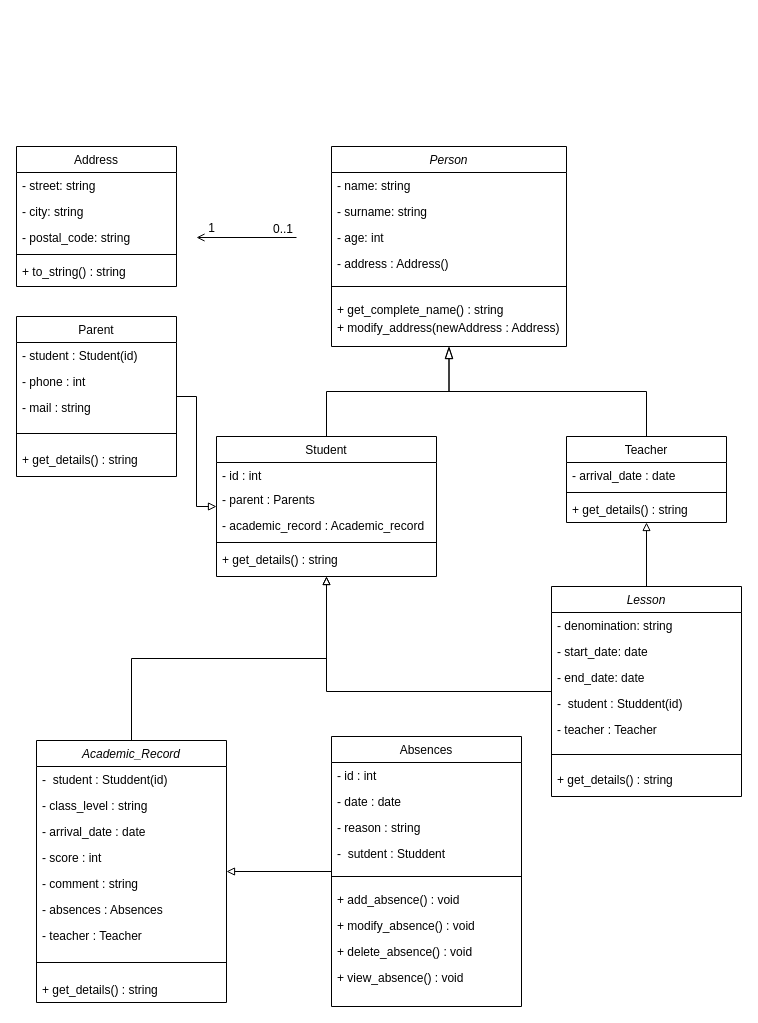
This is doc/diagrammeClasse.drawio from MelissaHOA/EXO_Gestion_Ecole, a draw.io file, before an edit. Source tidied: cells renumbered, new cells numbered last; positions are measured from the earlier drawing's top-left corner, leaving out a move shared by most shapes. Both pictures are drawn from the tidied source at 100%, with x=0, y=0 at pixel (16, 146).
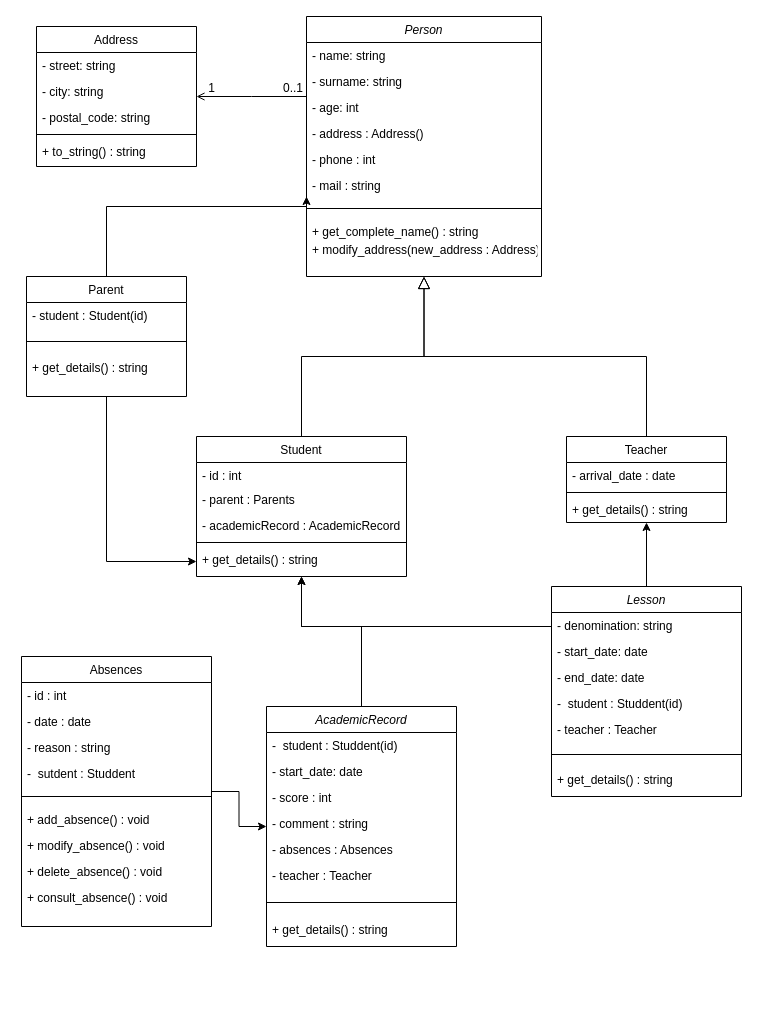
The same page after the edit.

Commit message:
Mettre à jour diagrammeClasse (Tony).drawio

Unchanged cells that the change refers to:
```xml
<mxCell id="17" value="Teacher" style="swimlane;fontStyle=0;align=center;verticalAlign=top;horizontal=1;startSize=26;rounded=0;shadow=0;strokeWidth=1;" parent="1" vertex="1">
  <mxGeometry x="550" y="290" width="160" height="86" as="geometry" />
</mxCell>
<mxCell id="33" value="Lesson" style="swimlane;fontStyle=2;align=center;verticalAlign=top;horizontal=1;startSize=26;rounded=0;shadow=0;strokeWidth=1;" parent="1" vertex="1">
  <mxGeometry x="535" y="440" width="190" height="210" as="geometry" />
</mxCell>
```

Diff of the diagram source:
```diff
@@
     <mxCell id="2" value="Person" style="swimlane;fontStyle=2;align=center;verticalAlign=top;horizontal=1;startSize=26;rounded=0;shadow=0;strokeWidth=1;" parent="1" vertex="1">
-      <mxGeometry x="315" width="235" height="200" as="geometry" />
+      <mxGeometry x="290" y="-130" width="235" height="260" as="geometry" />
     </mxCell>
@@
+    <mxCell id="55" value="- phone : int" style="text;align=left;verticalAlign=top;spacingLeft=4;spacingRight=4;overflow=hidden;" parent="2" vertex="1">
+      <mxGeometry y="130" width="235" height="26" as="geometry" />
+    </mxCell>
+    <mxCell id="56" value="- mail : string" style="text;align=left;verticalAlign=top;spacingLeft=4;spacingRight=4;overflow=hidden;points=[[0,0.5],[1,0.5]];portConstraint=eastwest;" parent="2" vertex="1">
+      <mxGeometry y="156" width="235" height="26" as="geometry" />
+    </mxCell>
     <mxCell id="7" style="line;html=1;strokeWidth=1;align=left;verticalAlign=middle;spacingTop=-1;spacingLeft=3;spacingRight=3;labelPosition=right;" parent="2" vertex="1">
-      <mxGeometry y="130" width="235" height="20" as="geometry" />
+      <mxGeometry y="182" width="235" height="20" as="geometry" />
     </mxCell>
     <mxCell id="8" value="+ get_complete_name() : string" style="text;align=left;verticalAlign=top;spacingLeft=4;spacingRight=4;overflow=hidden;" parent="2" vertex="1">
-      <mxGeometry y="150" width="235" height="18" as="geometry" />
+      <mxGeometry y="202" width="235" height="18" as="geometry" />
     </mxCell>
-    <mxCell id="9" value="+ modify_address(newAddress : Address)" style="text;align=left;verticalAlign=top;spacingLeft=4;spacingRight=4;overflow=hidden;" parent="2" vertex="1">
-      <mxGeometry y="168" width="235" height="26" as="geometry" />
+    <mxCell id="9" value="+ modify_address(new_address : Address)" style="text;align=left;verticalAlign=top;spacingLeft=4;spacingRight=4;overflow=hidden;" parent="2" vertex="1">
+      <mxGeometry y="220" width="235" height="32" as="geometry" />
     </mxCell>
     <mxCell id="10" value="Student" style="swimlane;fontStyle=0;align=center;verticalAlign=top;horizontal=1;startSize=26;rounded=0;shadow=0;strokeWidth=1;" parent="1" vertex="1">
-      <mxGeometry x="200" y="290" width="220" height="140" as="geometry" />
+      <mxGeometry x="180" y="290" width="210" height="140" as="geometry" />
     </mxCell>
     <mxCell id="11" value="- id : int" style="text;align=left;verticalAlign=top;spacingLeft=4;spacingRight=4;overflow=hidden;" parent="10" vertex="1">
-      <mxGeometry y="26" width="220" height="24" as="geometry" />
+      <mxGeometry y="26" width="210" height="24" as="geometry" />
     </mxCell>
     <mxCell id="12" value="- parent : Parents" style="text;align=left;verticalAlign=top;spacingLeft=4;spacingRight=4;overflow=hidden;" parent="10" vertex="1">
-      <mxGeometry y="50" width="220" height="26" as="geometry" />
+      <mxGeometry y="50" width="210" height="26" as="geometry" />
     </mxCell>
-    <mxCell id="13" value="- academic_record : Academic_record" style="text;align=left;verticalAlign=top;spacingLeft=4;spacingRight=4;overflow=hidden;" parent="10" vertex="1">
-      <mxGeometry y="76" width="220" height="26" as="geometry" />
+    <mxCell id="13" value="- academicRecord : AcademicRecord" style="text;align=left;verticalAlign=top;spacingLeft=4;spacingRight=4;overflow=hidden;" parent="10" vertex="1">
+      <mxGeometry y="76" width="210" height="26" as="geometry" />
     </mxCell>
     <mxCell id="14" style="line;html=1;strokeWidth=1;align=left;verticalAlign=middle;spacingTop=-1;spacingLeft=3;spacingRight=3;labelPosition=right;" parent="10" vertex="1">
-      <mxGeometry y="102" width="220" height="8" as="geometry" />
+      <mxGeometry y="102" width="210" height="8" as="geometry" />
     </mxCell>
-    <mxCell id="15" value="+ get_details() : string" style="text;align=left;verticalAlign=top;spacingLeft=4;spacingRight=4;overflow=hidden;" parent="10" vertex="1">
-      <mxGeometry y="110" width="220" height="26" as="geometry" />
-    </mxCell>
+    <mxCell id="70" value="+ get_details() : string" style="text;align=left;verticalAlign=top;spacingLeft=4;spacingRight=4;overflow=hidden;points=[[0,0.5],[1,0.5]];portConstraint=eastwest;" parent="10" vertex="1">
+      <mxGeometry y="110" width="210" height="30" as="geometry" />
+    </mxCell>
-    <mxCell id="16" style="endArrow=blockThin;endSize=10;endFill=0;shadow=0;strokeWidth=1;rounded=0;curved=0;edgeStyle=elbowEdgeStyle;elbow=vertical;" parent="1" edge="1" source="10" target="2">
+    <mxCell id="16" style="endArrow=block;endSize=10;endFill=0;shadow=0;strokeWidth=1;rounded=0;curved=0;edgeStyle=elbowEdgeStyle;elbow=vertical;" parent="1" edge="1" source="10" target="2">
       <mxGeometry relative="1" as="geometry" />
     </mxCell>
@@
-    <mxCell id="21" style="endArrow=blockThin;endSize=10;endFill=0;shadow=0;strokeWidth=1;rounded=0;curved=0;edgeStyle=elbowEdgeStyle;elbow=vertical;" parent="1" edge="1" source="17" target="2">
+    <mxCell id="21" style="endArrow=block;endSize=10;endFill=0;shadow=0;strokeWidth=1;rounded=0;curved=0;edgeStyle=elbowEdgeStyle;elbow=vertical;" parent="1" edge="1" source="17" target="2">
       <mxGeometry relative="1" as="geometry" />
     </mxCell>
     <mxCell id="22" value="Address" style="swimlane;fontStyle=0;align=center;verticalAlign=top;horizontal=1;startSize=26;rounded=0;shadow=0;strokeWidth=1;" parent="1" vertex="1">
-      <mxGeometry width="160" height="140" as="geometry" />
+      <mxGeometry x="20" y="-120" width="160" height="140" as="geometry" />
     </mxCell>
@@
-    <mxCell id="28" style="endArrow=open;shadow=0;strokeWidth=1;rounded=0;curved=0;endFill=1;edgeStyle=elbowEdgeStyle;elbow=vertical;" parent="1" edge="1">
+    <mxCell id="28" style="endArrow=open;shadow=0;strokeWidth=1;rounded=0;curved=0;endFill=1;edgeStyle=elbowEdgeStyle;elbow=vertical;" parent="1" edge="1" source="2" target="22">
       <mxGeometry x="0.5" y="41" relative="1" as="geometry">
-        <mxPoint x="280" y="91" as="sourcePoint" />
-        <mxPoint x="180" y="90.5" as="targetPoint" />
         <mxPoint x="-40" y="32" as="offset" />
       </mxGeometry>
     </mxCell>
@@
-    <mxCell id="31" style="edgeStyle=orthogonalEdgeStyle;rounded=0;jettySize=auto;html=1;endArrow=block;endFill=0;" parent="1" edge="1" source="33" target="17">
+    <mxCell id="31" style="edgeStyle=orthogonalEdgeStyle;rounded=0;jettySize=auto;html=1;" parent="1" edge="1" source="33" target="17">
       <mxGeometry relative="1" as="geometry" />
     </mxCell>
-    <mxCell id="32" style="edgeStyle=orthogonalEdgeStyle;rounded=0;jettySize=auto;html=1;endArrow=block;endFill=0;" parent="1" edge="1" source="33" target="10">
-      <mxGeometry relative="1" as="geometry" />
+    <mxCell id="32" style="edgeStyle=orthogonalEdgeStyle;rounded=0;jettySize=auto;html=1;" parent="1" edge="1" source="33" target="10">
+      <mxGeometry relative="1" as="geometry">
+        <Array as="points">
+          <mxPoint x="285" y="480" />
+        </Array>
+      </mxGeometry>
     </mxCell>
@@
-    <mxCell id="41" style="edgeStyle=orthogonalEdgeStyle;rounded=0;jettySize=auto;html=1;endArrow=block;endFill=0;" parent="1" edge="1" source="42" target="60">
+    <mxCell id="41" style="edgeStyle=orthogonalEdgeStyle;rounded=0;jettySize=auto;html=1;" parent="1" edge="1" source="42" target="60">
       <mxGeometry relative="1" as="geometry" />
     </mxCell>
     <mxCell id="42" value="Absences" style="swimlane;fontStyle=0;align=center;verticalAlign=top;horizontal=1;startSize=26;rounded=0;shadow=0;strokeWidth=1;" parent="1" vertex="1">
-      <mxGeometry x="315" y="590" width="190" height="270" as="geometry" />
+      <mxGeometry x="5" y="510" width="190" height="270" as="geometry" />
     </mxCell>
@@
-    <mxCell id="51" value="+ view_absence() : void" style="text;align=left;verticalAlign=top;spacingLeft=4;spacingRight=4;overflow=hidden;" parent="42" vertex="1">
+    <mxCell id="51" value="+ consult_absence() : void" style="text;align=left;verticalAlign=top;spacingLeft=4;spacingRight=4;overflow=hidden;" parent="42" vertex="1">
       <mxGeometry y="228" width="190" height="26" as="geometry" />
     </mxCell>
-    <mxCell id="52" style="edgeStyle=orthogonalEdgeStyle;rounded=0;jettySize=auto;html=1;endArrow=block;endFill=0;" parent="1" edge="1" source="53" target="10">
-      <mxGeometry relative="1" as="geometry" />
-    </mxCell>
+    <mxCell id="71" style="edgeStyle=orthogonalEdgeStyle;rounded=0;jettySize=auto;html=1;entryX=0;entryY=0.5;entryDx=0;entryDy=0;" parent="1" edge="1" source="53" target="70">
+      <mxGeometry relative="1" as="geometry" />
+    </mxCell>
     <mxCell id="53" value="Parent" style="swimlane;fontStyle=0;align=center;verticalAlign=top;horizontal=1;startSize=26;rounded=0;shadow=0;strokeWidth=1;" parent="1" vertex="1">
-      <mxGeometry y="170" width="160" height="160" as="geometry" />
+      <mxGeometry x="10" y="130" width="160" height="120" as="geometry" />
     </mxCell>
@@
-    <mxCell id="55" value="- phone : int" style="text;align=left;verticalAlign=top;spacingLeft=4;spacingRight=4;overflow=hidden;" parent="53" vertex="1">
-      <mxGeometry y="52" width="160" height="26" as="geometry" />
-    </mxCell>
-    <mxCell id="56" value="- mail : string" style="text;align=left;verticalAlign=top;spacingLeft=4;spacingRight=4;overflow=hidden;points=[[0,0.5],[1,0.5]];portConstraint=eastwest;" parent="53" vertex="1">
-      <mxGeometry y="78" width="160" height="26" as="geometry" />
-    </mxCell>
     <mxCell id="57" style="line;html=1;strokeWidth=1;align=left;verticalAlign=middle;spacingTop=-1;spacingLeft=3;spacingRight=3;labelPosition=right;" parent="53" vertex="1">
-      <mxGeometry y="104" width="160" height="26" as="geometry" />
+      <mxGeometry y="52" width="160" height="26" as="geometry" />
     </mxCell>
     <mxCell id="58" value="+ get_details() : string" style="text;align=left;verticalAlign=top;spacingLeft=4;spacingRight=4;overflow=hidden;" parent="53" vertex="1">
-      <mxGeometry y="130" width="160" height="26" as="geometry" />
+      <mxGeometry y="78" width="160" height="26" as="geometry" />
     </mxCell>
-    <mxCell id="59" style="edgeStyle=orthogonalEdgeStyle;rounded=0;jettySize=auto;html=1;endArrow=block;endFill=0;" parent="1" edge="1" source="60" target="10">
-      <mxGeometry relative="1" as="geometry" />
+    <mxCell id="59" style="edgeStyle=orthogonalEdgeStyle;rounded=0;jettySize=auto;html=1;" parent="1" edge="1" source="60" target="10">
+      <mxGeometry relative="1" as="geometry">
+        <Array as="points">
+          <mxPoint x="345" y="480" />
+          <mxPoint x="285" y="480" />
+        </Array>
+      </mxGeometry>
     </mxCell>
-    <mxCell id="60" value="Academic_Record" style="swimlane;fontStyle=2;align=center;verticalAlign=top;horizontal=1;startSize=26;rounded=0;shadow=0;strokeWidth=1;" parent="1" vertex="1">
-      <mxGeometry x="20" y="594" width="190" height="262" as="geometry" />
+    <mxCell id="60" value="AcademicRecord" style="swimlane;fontStyle=2;align=center;verticalAlign=top;horizontal=1;startSize=26;rounded=0;shadow=0;strokeWidth=1;" parent="1" vertex="1">
+      <mxGeometry x="250" y="560" width="190" height="240" as="geometry" />
     </mxCell>
@@
-    <mxCell id="62" value="- class_level : string" style="text;align=left;verticalAlign=top;spacingLeft=4;spacingRight=4;overflow=hidden;" parent="60" vertex="1">
-      <mxGeometry y="52" width="190" height="26" as="geometry" />
-    </mxCell>
-    <mxCell id="63" value="- arrival_date : date" style="text;align=left;verticalAlign=top;spacingLeft=4;spacingRight=4;overflow=hidden;rounded=0;shadow=0;html=0;" parent="60" vertex="1">
-      <mxGeometry y="78" width="190" height="26" as="geometry" />
+    <mxCell id="63" value="- start_date: date" style="text;align=left;verticalAlign=top;spacingLeft=4;spacingRight=4;overflow=hidden;rounded=0;shadow=0;html=0;" parent="60" vertex="1">
+      <mxGeometry y="52" width="190" height="26" as="geometry" />
     </mxCell>
     <mxCell id="64" value="- score : int" style="text;align=left;verticalAlign=top;spacingLeft=4;spacingRight=4;overflow=hidden;" parent="60" vertex="1">
-      <mxGeometry y="104" width="190" height="26" as="geometry" />
+      <mxGeometry y="78" width="190" height="26" as="geometry" />
     </mxCell>
     <mxCell id="65" value="- comment : string" style="text;align=left;verticalAlign=top;spacingLeft=4;spacingRight=4;overflow=hidden;" parent="60" vertex="1">
-      <mxGeometry y="130" width="190" height="26" as="geometry" />
+      <mxGeometry y="104" width="190" height="26" as="geometry" />
     </mxCell>
     <mxCell id="66" value="- absences : Absences" style="text;align=left;verticalAlign=top;spacingLeft=4;spacingRight=4;overflow=hidden;" parent="60" vertex="1">
-      <mxGeometry y="156" width="190" height="26" as="geometry" />
+      <mxGeometry y="130" width="190" height="26" as="geometry" />
     </mxCell>
-    <mxCell id="67" value="- teacher : Teacher" style="text;align=left;verticalAlign=top;spacingLeft=4;spacingRight=4;overflow=hidden;" parent="60" vertex="1">
-      <mxGeometry y="182" width="190" height="26" as="geometry" />
-    </mxCell>
+    <mxCell id="62" value="- teacher : Teacher" style="text;align=left;verticalAlign=top;spacingLeft=4;spacingRight=4;overflow=hidden;" parent="60" vertex="1">
+      <mxGeometry y="156" width="190" height="26" as="geometry" />
+    </mxCell>
     <mxCell id="68" style="line;html=1;strokeWidth=1;align=left;verticalAlign=middle;spacingTop=-1;spacingLeft=3;spacingRight=3;labelPosition=right;" parent="60" vertex="1">
-      <mxGeometry y="208" width="190" height="28" as="geometry" />
+      <mxGeometry y="182" width="190" height="28" as="geometry" />
     </mxCell>
-    <mxCell id="69" value="+ get_details() : string" style="text;align=left;verticalAlign=top;spacingLeft=4;spacingRight=4;overflow=hidden;" parent="60" vertex="1">
-      <mxGeometry y="236" width="190" height="26" as="geometry" />
-    </mxCell>
+    <mxCell id="72" value="+ get_details() : string" style="text;align=left;verticalAlign=top;spacingLeft=4;spacingRight=4;overflow=hidden;" parent="60" vertex="1">
+      <mxGeometry y="210" width="190" height="26" as="geometry" />
+    </mxCell>
+    <mxCell id="73" style="endArrow=classic;html=1;rounded=0;exitX=0.5;exitY=0;exitDx=0;exitDy=0;edgeStyle=orthogonalEdgeStyle;entryX=0;entryY=0.923;entryDx=0;entryDy=0;entryPerimeter=0;" parent="1" edge="1" source="53" target="56">
+      <mxGeometry relative="1" as="geometry">
+        <Array as="points">
+          <mxPoint x="90" y="60" />
+        </Array>
+      </mxGeometry>
+    </mxCell>
```
